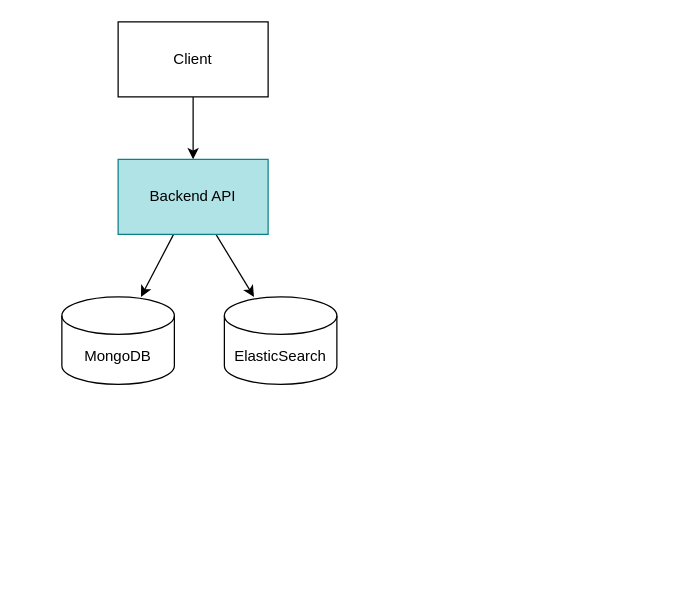
Before: page "Highlevel arch" (1 of 5) of where-to-put-the-service.drawio in zatsepinvl/where-to-put-the-service, a draw.io diagram. Source tidied: cells renumbered, new cells numbered last; positions are measured from the earlier drawing's top-left corner, leaving out a move shared by most shapes. Both pictures are drawn from the tidied source at 125%, with x=0, y=0 at pixel (61, 21).
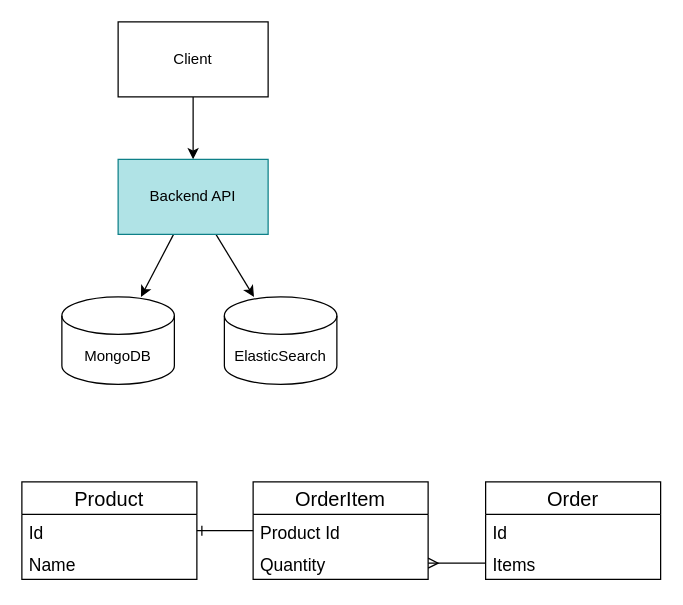
Above is the later version.

What changed in the source:
```diff
@@
 <mxGraphModel>
   <root>
     <mxCell id="0" />
     <mxCell id="1" parent="0" />
     <mxCell id="2" style="edgeStyle=orthogonalEdgeStyle;rounded=1;jettySize=auto;html=1;" parent="1" edge="1" source="3" target="6">
       <mxGeometry relative="1" as="geometry" />
     </mxCell>
     <mxCell id="3" value="Client" style="rounded=0;whiteSpace=wrap;html=1;" parent="1" vertex="1">
       <mxGeometry x="45" width="120" height="60" as="geometry" />
     </mxCell>
     <mxCell id="4" style="rounded=0;jettySize=auto;html=1;" parent="1" edge="1" source="6" target="7">
       <mxGeometry relative="1" as="geometry" />
     </mxCell>
     <mxCell id="5" style="rounded=0;jettySize=auto;html=1;" parent="1" edge="1" source="6" target="8">
       <mxGeometry relative="1" as="geometry" />
     </mxCell>
     <mxCell id="6" value="Backend API" style="rounded=0;whiteSpace=wrap;html=1;fillColor=#b0e3e6;strokeColor=#0e8088;" parent="1" vertex="1">
       <mxGeometry x="45" y="110" width="120" height="60" as="geometry" />
     </mxCell>
     <mxCell id="7" value="MongoDB" style="shape=cylinder3;whiteSpace=wrap;html=1;boundedLbl=1;backgroundOutline=1;size=15;" parent="1" vertex="1">
       <mxGeometry y="220" width="90" height="70" as="geometry" />
     </mxCell>
     <mxCell id="8" value="ElasticSearch" style="shape=cylinder3;whiteSpace=wrap;html=1;boundedLbl=1;backgroundOutline=1;size=15;" parent="1" vertex="1">
       <mxGeometry x="130" y="220" width="90" height="70" as="geometry" />
     </mxCell>
+    <mxCell id="9" value="Product" style="swimlane;fontStyle=0;horizontal=1;startSize=26;fillColor=none;fontSize=16;align=center;" parent="1" vertex="1">
+      <mxGeometry x="-32" y="368" width="140" height="78" as="geometry" />
+    </mxCell>
+    <mxCell id="10" value="Id" style="text;strokeColor=none;fillColor=none;align=left;verticalAlign=top;spacingLeft=4;spacingRight=4;overflow=hidden;fontSize=14;" parent="9" vertex="1">
+      <mxGeometry y="26" width="140" height="26" as="geometry" />
+    </mxCell>
+    <mxCell id="11" value="Name" style="text;strokeColor=none;fillColor=none;align=left;verticalAlign=top;spacingLeft=4;spacingRight=4;overflow=hidden;fontSize=14;" parent="9" vertex="1">
+      <mxGeometry y="52" width="140" height="26" as="geometry" />
+    </mxCell>
+    <mxCell id="12" value="Order" style="swimlane;fontStyle=0;horizontal=1;startSize=26;fillColor=none;fontSize=16;align=center;" parent="1" vertex="1">
+      <mxGeometry x="339" y="368" width="140" height="78" as="geometry" />
+    </mxCell>
+    <mxCell id="13" value="Id" style="text;strokeColor=none;fillColor=none;align=left;verticalAlign=top;spacingLeft=4;spacingRight=4;overflow=hidden;fontSize=14;" parent="12" vertex="1">
+      <mxGeometry y="26" width="140" height="26" as="geometry" />
+    </mxCell>
+    <mxCell id="14" value="Items" style="text;strokeColor=none;fillColor=none;align=left;verticalAlign=top;spacingLeft=4;spacingRight=4;overflow=hidden;points=[[0,0.5],[1,0.5]];portConstraint=eastwest;fontSize=14;" parent="12" vertex="1">
+      <mxGeometry y="52" width="140" height="26" as="geometry" />
+    </mxCell>
+    <mxCell id="15" value="OrderItem" style="swimlane;fontStyle=0;horizontal=1;startSize=26;fillColor=none;fontSize=16;align=center;" parent="1" vertex="1">
+      <mxGeometry x="153" y="368" width="140" height="78" as="geometry" />
+    </mxCell>
+    <mxCell id="16" value="Product Id" style="text;strokeColor=none;fillColor=none;align=left;verticalAlign=top;spacingLeft=4;spacingRight=4;overflow=hidden;points=[[0,0.5],[1,0.5]];portConstraint=eastwest;fontSize=14;" parent="15" vertex="1">
+      <mxGeometry y="26" width="140" height="26" as="geometry" />
+    </mxCell>
+    <mxCell id="17" value="Quantity" style="text;strokeColor=none;fillColor=none;align=left;verticalAlign=top;spacingLeft=4;spacingRight=4;overflow=hidden;fontSize=14;" parent="15" vertex="1">
+      <mxGeometry y="52" width="140" height="26" as="geometry" />
+    </mxCell>
+    <mxCell id="18" style="edgeStyle=elbowEdgeStyle;rounded=0;jumpStyle=arc;jettySize=auto;elbow=vertical;html=1;fontSize=16;endArrow=ERmany;endFill=0;" parent="1" edge="1" source="14" target="15">
+      <mxGeometry relative="1" as="geometry" />
+    </mxCell>
+    <mxCell id="19" style="edgeStyle=elbowEdgeStyle;rounded=0;jumpStyle=arc;jettySize=auto;elbow=vertical;html=1;endArrow=ERone;endFill=0;fontSize=16;" parent="1" edge="1" source="16" target="9">
+      <mxGeometry relative="1" as="geometry" />
+    </mxCell>
   </root>
 </mxGraphModel>
```
